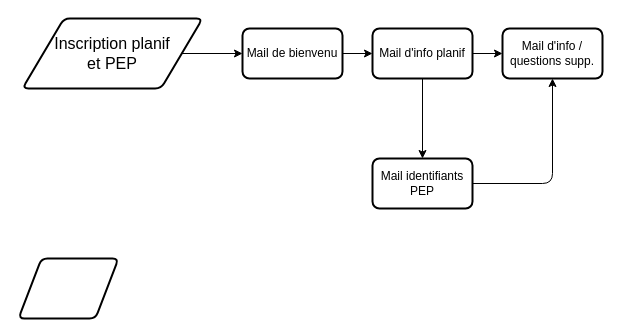
ConusV01/COVID_Task_Force_HR_process keeps this draw.io diagram as page "Page-1" (1 of 2) of COVID-19 Task Force HR process.drawio. Above is the earlier version. Source tidied: cells renumbered, new cells numbered last; positions are measured from the earlier drawing's top-left corner, leaving out a move shared by most shapes. Both pictures are drawn from the tidied source at 100%, with x=0, y=0 at pixel (18, 18).
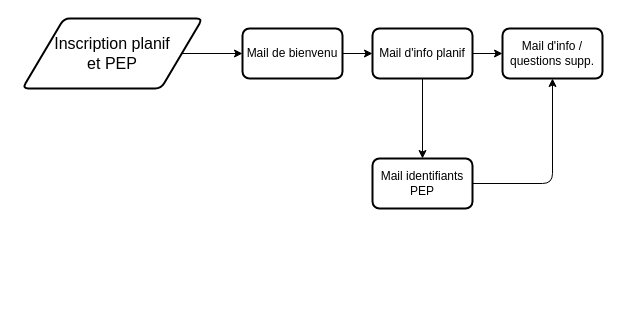
The same diagram, later.

Commit message:
Add new page in the flowchart

Change to the diagram source:
```diff
@@
 <mxGraphModel>
   <root>
     <mxCell id="0" />
     <mxCell id="1" parent="0" />
     <mxCell id="2" style="edgeStyle=orthogonalEdgeStyle;jettySize=auto;html=1;exitX=1;exitY=0.5;exitDx=0;exitDy=0;entryX=0;entryY=0.5;entryDx=0;entryDy=0;" parent="1" edge="1" source="3" target="8">
       <mxGeometry relative="1" as="geometry" />
     </mxCell>
     <mxCell id="3" value="Mail de bienvenu" style="whiteSpace=wrap;html=1;absoluteArcSize=1;arcSize=14;strokeWidth=2;rounded=1;" parent="1" vertex="1">
       <mxGeometry x="224" y="10" width="100" height="50" as="geometry" />
     </mxCell>
     <mxCell id="4" style="edgeStyle=orthogonalEdgeStyle;jettySize=auto;html=1;exitX=1;exitY=0.5;exitDx=0;exitDy=0;" parent="1" edge="1" source="5" target="3">
       <mxGeometry relative="1" as="geometry" />
     </mxCell>
     <mxCell id="5" value="&lt;p style=&quot;margin-top: 0pt ; margin-bottom: 0pt ; margin-left: 0in ; direction: ltr ; unicode-bidi: embed ; word-break: normal&quot;&gt;&lt;span style=&quot;font-size: 12pt ; font-family: &amp;#34;calibri&amp;#34;&quot;&gt;Inscription &lt;/span&gt;&lt;span style=&quot;font-size: 12pt ; font-family: &amp;#34;calibri&amp;#34;&quot;&gt;planif&lt;br/&gt;&lt;/span&gt;&lt;span style=&quot;font-size: 12pt ; font-family: &amp;#34;calibri&amp;#34;&quot;&gt;et &lt;/span&gt;&lt;span style=&quot;font-size: 12pt ; font-family: &amp;#34;calibri&amp;#34;&quot;&gt;PEP&lt;/span&gt;&lt;/p&gt;" style="shape=parallelogram;html=1;strokeWidth=2;perimeter=parallelogramPerimeter;whiteSpace=wrap;arcSize=12;size=0.23;rounded=1;" parent="1" vertex="1">
       <mxGeometry x="4" width="180" height="70" as="geometry" />
     </mxCell>
     <mxCell id="6" style="edgeStyle=orthogonalEdgeStyle;jettySize=auto;html=1;exitX=0.5;exitY=1;exitDx=0;exitDy=0;entryX=0.5;entryY=0;entryDx=0;entryDy=0;" parent="1" edge="1" source="8" target="10">
       <mxGeometry relative="1" as="geometry" />
     </mxCell>
     <mxCell id="7" style="edgeStyle=orthogonalEdgeStyle;jettySize=auto;html=1;exitX=1;exitY=0.5;exitDx=0;exitDy=0;entryX=0;entryY=0.5;entryDx=0;entryDy=0;" parent="1" edge="1" source="8" target="11">
       <mxGeometry relative="1" as="geometry" />
     </mxCell>
     <mxCell id="8" value="Mail d'info planif" style="whiteSpace=wrap;html=1;absoluteArcSize=1;arcSize=14;strokeWidth=2;rounded=1;" parent="1" vertex="1">
       <mxGeometry x="354" y="10" width="100" height="50" as="geometry" />
     </mxCell>
     <mxCell id="9" style="edgeStyle=orthogonalEdgeStyle;jettySize=auto;html=1;exitX=1;exitY=0.5;exitDx=0;exitDy=0;entryX=0.5;entryY=1;entryDx=0;entryDy=0;" parent="1" edge="1" source="10" target="11">
       <mxGeometry relative="1" as="geometry" />
     </mxCell>
     <mxCell id="10" value="Mail identifiants PEP" style="whiteSpace=wrap;html=1;absoluteArcSize=1;arcSize=14;strokeWidth=2;rounded=1;" parent="1" vertex="1">
       <mxGeometry x="354" y="140" width="100" height="50" as="geometry" />
     </mxCell>
     <mxCell id="11" value="Mail d'info / questions supp." style="whiteSpace=wrap;html=1;absoluteArcSize=1;arcSize=14;strokeWidth=2;rounded=1;" parent="1" vertex="1">
       <mxGeometry x="484" y="10" width="100" height="50" as="geometry" />
     </mxCell>
-    <mxCell id="12" style="shape=parallelogram;html=1;strokeWidth=2;perimeter=parallelogramPerimeter;whiteSpace=wrap;rounded=1;arcSize=12;size=0.23;" parent="1" vertex="1">
-      <mxGeometry y="240" width="100" height="60" as="geometry" />
-    </mxCell>
   </root>
 </mxGraphModel>
```
